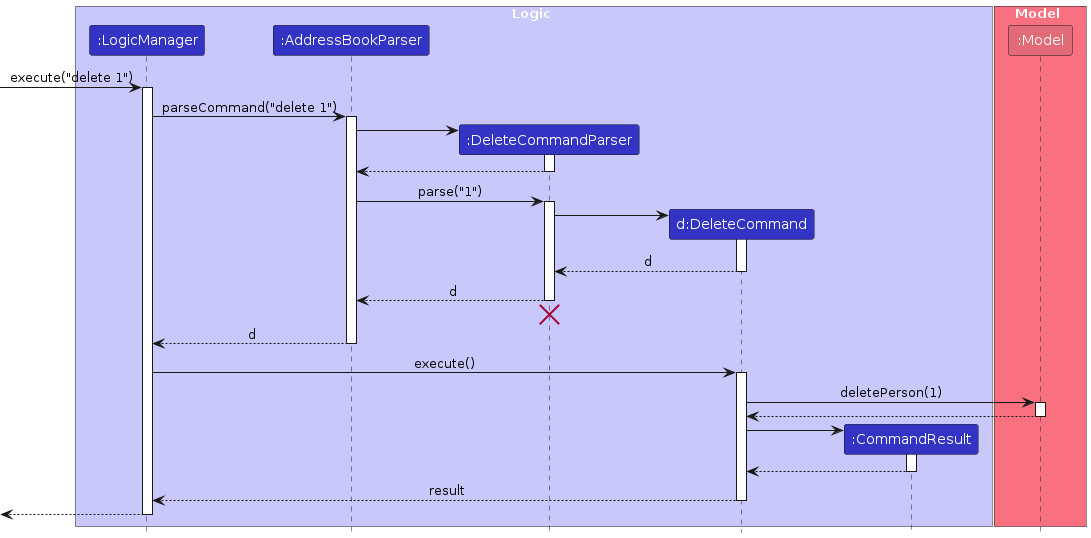
yucongkoo/tp keeps this PlantUML diagram as diagrams/DeleteSequenceDiagram.png. Above is the earlier version. Its source is kept beside it as diagrams/DeleteSequenceDiagram.puml. Source of this version:
```plantuml
@startuml
!include style.puml
skinparam ArrowFontStyle plain

box Logic LOGIC_COLOR_T1
participant ":LogicManager" as LogicManager LOGIC_COLOR
participant ":AddressBookParser" as AddressBookParser LOGIC_COLOR
participant ":DeleteCommandParser" as DeleteCommandParser LOGIC_COLOR
participant "d:DeleteCommand" as DeleteCommand LOGIC_COLOR
participant ":CommandResult" as CommandResult LOGIC_COLOR
end box

box Model MODEL_COLOR_T1
participant ":Model" as Model MODEL_COLOR
end box

[-> LogicManager : execute("delete 1")
activate LogicManager

LogicManager -> AddressBookParser : parseCommand("delete 1")
activate AddressBookParser

create DeleteCommandParser
AddressBookParser -> DeleteCommandParser
activate DeleteCommandParser

DeleteCommandParser --> AddressBookParser
deactivate DeleteCommandParser

AddressBookParser -> DeleteCommandParser : parse("1")
activate DeleteCommandParser

create DeleteCommand
DeleteCommandParser -> DeleteCommand
activate DeleteCommand

DeleteCommand --> DeleteCommandParser : d
deactivate DeleteCommand

DeleteCommandParser --> AddressBookParser : d
deactivate DeleteCommandParser
DeleteCommandParser -[hidden]-> AddressBookParser
destroy DeleteCommandParser

AddressBookParser --> LogicManager : d
deactivate AddressBookParser

LogicManager -> DeleteCommand : execute()
activate DeleteCommand

DeleteCommand -> Model : deletePerson(1)
activate Model

Model --> DeleteCommand
deactivate Model

create CommandResult
DeleteCommand -> CommandResult
activate CommandResult

CommandResult --> DeleteCommand
deactivate CommandResult

DeleteCommand --> LogicManager : result
deactivate DeleteCommand

[<--LogicManager
deactivate LogicManager
@enduml
```
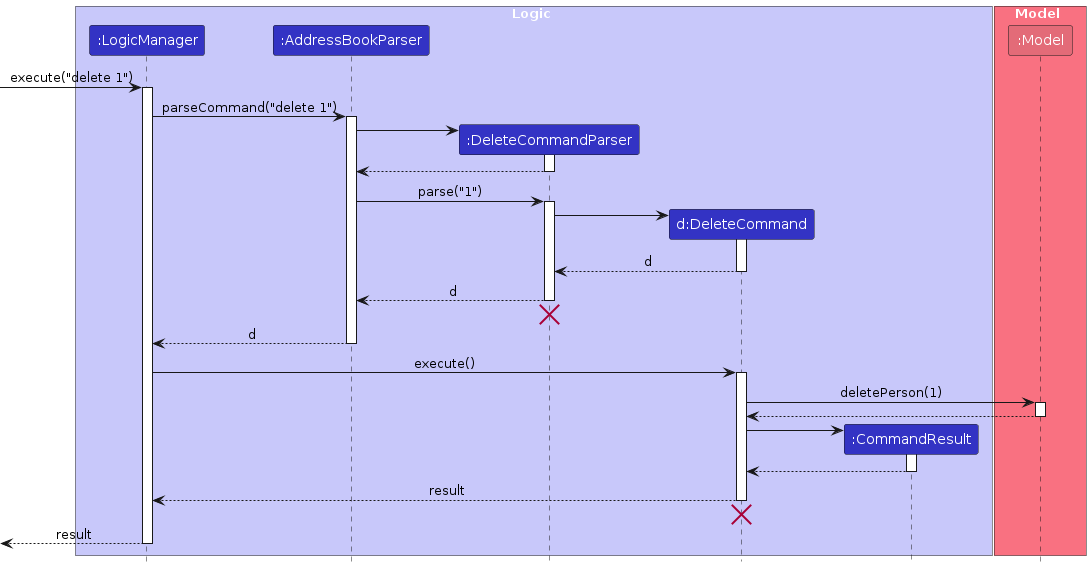
The same diagram one commit later.

The edit, as a diff of the source:
```diff
@@ -64,6 +64,9 @@
 DeleteCommand --> LogicManager : result
 deactivate DeleteCommand
 
-[<--LogicManager
+DeleteCommand -[hidden]-> LogicManager
+destroy DeleteCommand
+
+[<--LogicManager : result
 deactivate LogicManager
 @enduml
```
